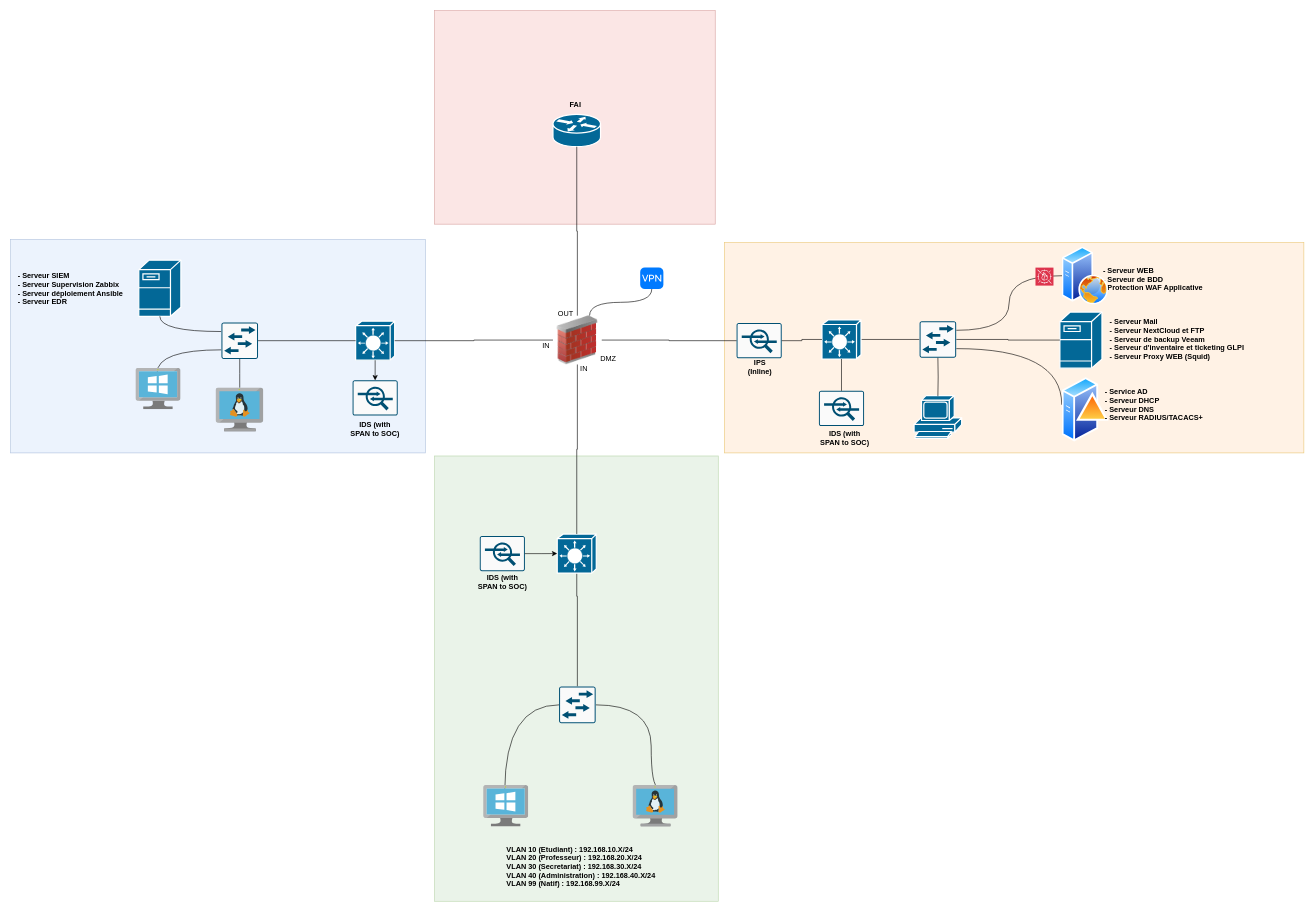
The draw.io diagram Architecture_homelab.drawio in egoMasa/HomeLab, before the edit. Source tidied: cells renumbered, new cells numbered last; positions are measured from the earlier drawing's top-left corner, leaving out a move shared by most shapes. Both pictures are drawn from the tidied source at 61%, with x=0, y=0 at pixel (10, 10).
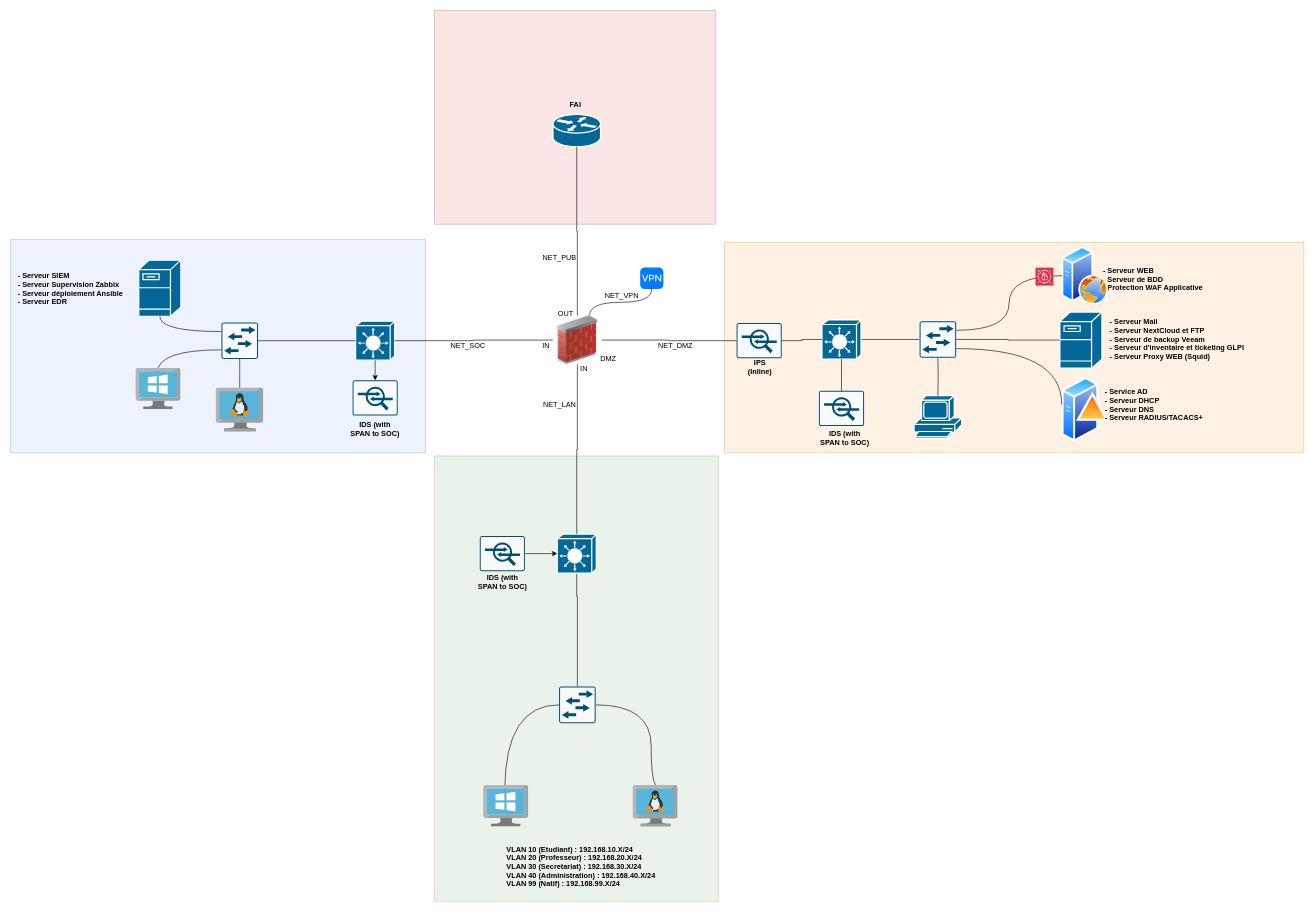
Above is the later version.

Commit message:
Mettre à jour Architecture_homelab.drawio

The edit, as a diff of the source:
```diff
@@
+    <mxCell id="64" value="NET_PUB" style="text;strokeColor=none;align=center;fillColor=none;html=1;verticalAlign=middle;whiteSpace=wrap;rounded=0;" parent="1" vertex="1">
+      <mxGeometry x="870" y="391.2" width="60" height="30" as="geometry" />
+    </mxCell>
+    <mxCell id="65" value="NET_VPN" style="text;strokeColor=none;align=center;fillColor=none;html=1;verticalAlign=middle;whiteSpace=wrap;rounded=0;" parent="1" vertex="1">
+      <mxGeometry x="972" y="452" width="60" height="30" as="geometry" />
+    </mxCell>
+    <mxCell id="66" value="NET_DMZ" style="text;strokeColor=none;align=center;fillColor=none;html=1;verticalAlign=middle;whiteSpace=wrap;rounded=0;" parent="1" vertex="1">
+      <mxGeometry x="1060" y="535" width="60" height="30" as="geometry" />
+    </mxCell>
+    <mxCell id="67" value="NET_SOC" style="text;strokeColor=none;align=center;fillColor=none;html=1;verticalAlign=middle;whiteSpace=wrap;rounded=0;" parent="1" vertex="1">
+      <mxGeometry x="720" y="535" width="60" height="30" as="geometry" />
+    </mxCell>
+    <mxCell id="68" value="NET_LAN" style="text;strokeColor=none;align=center;fillColor=none;html=1;verticalAlign=middle;whiteSpace=wrap;rounded=0;" parent="1" vertex="1">
+      <mxGeometry x="870" y="631" width="60" height="30" as="geometry" />
+    </mxCell>
```
